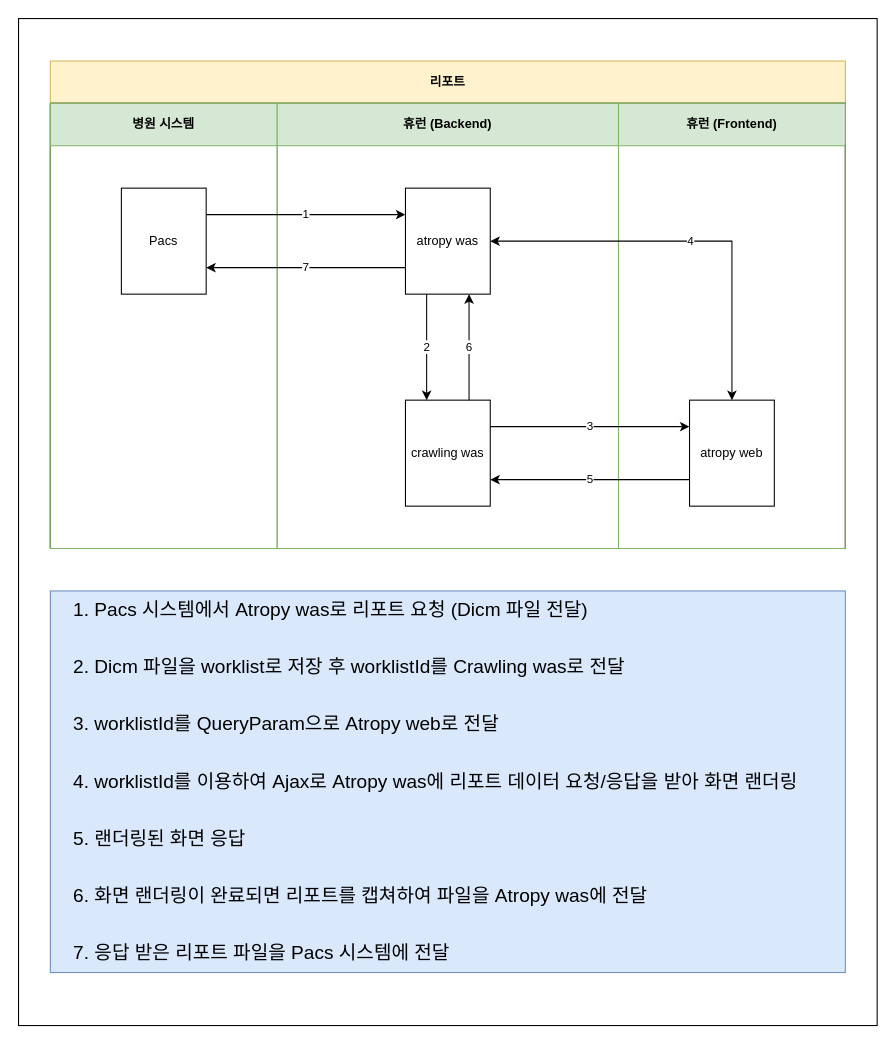
Earlier version of the draw.io diagram Untitled Diagram.drawio (junho-nam/drawio). Source tidied: cells renumbered, new cells numbered last; positions are measured from the earlier drawing's top-left corner, leaving out a move shared by most shapes. Both pictures are drawn from the tidied source at 106%, with x=0, y=0 at pixel (18, 18).
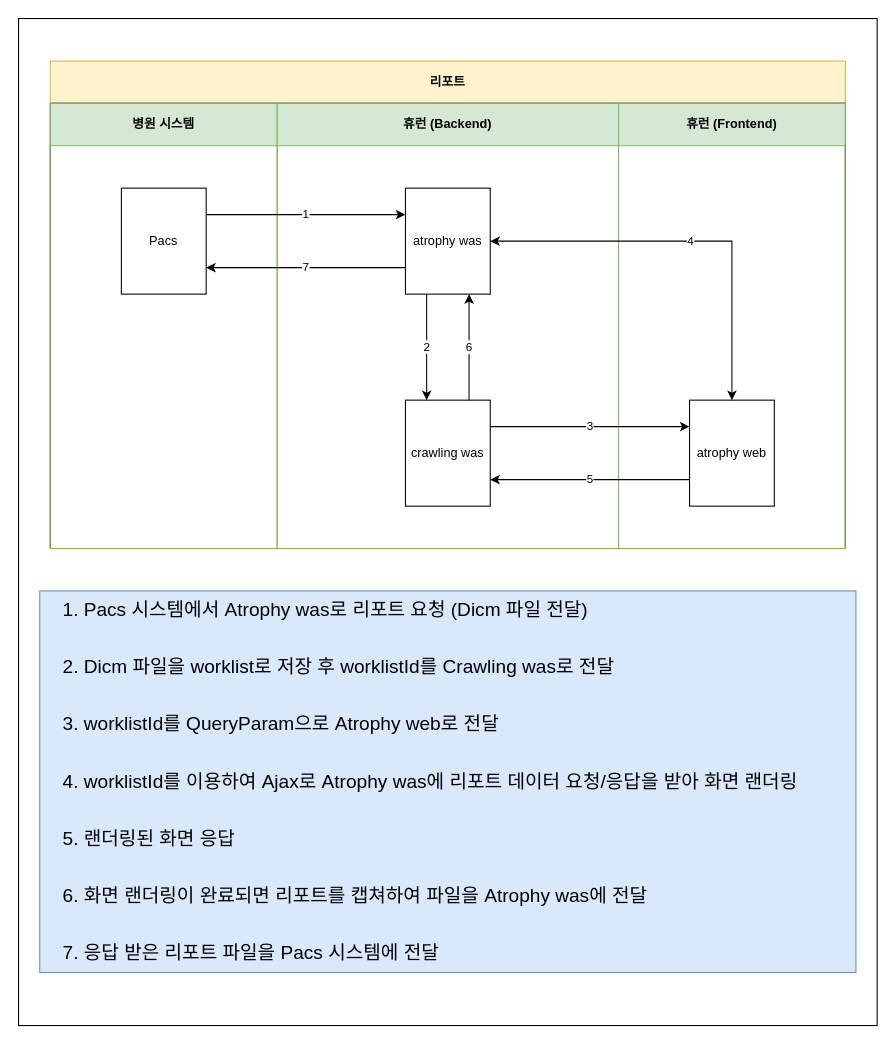
Above is the later version.

Diff of the diagram source:
```diff
@@
 <mxGraphModel>
   <root>
     <mxCell id="0" />
     <mxCell id="1" parent="0" />
     <mxCell id="2" style="rounded=0;whiteSpace=wrap;html=1;" parent="1" vertex="1">
       <mxGeometry width="810" height="950" as="geometry" />
     </mxCell>
     <mxCell id="3" value="리포트" style="shape=table;childLayout=tableLayout;rowLines=0;columnLines=0;startSize=40;html=1;whiteSpace=wrap;fontStyle=1;fillColor=#fff2cc;strokeColor=#d6b656;" parent="1" vertex="1">
       <mxGeometry x="30" y="40" width="750" height="460" as="geometry" />
     </mxCell>
     <mxCell id="4" style="swimlane;horizontal=0;startSize=0;html=1;whiteSpace=wrap;" parent="3" vertex="1">
       <mxGeometry y="40" width="750" height="420" as="geometry" />
     </mxCell>
     <mxCell id="5" value="병원 시스템" style="swimlane;startSize=40;html=1;whiteSpace=wrap;fillColor=#d5e8d4;strokeColor=#82b366;" parent="4" vertex="1">
       <mxGeometry width="214" height="420" as="geometry" />
     </mxCell>
     <mxCell id="6" value="Pacs" style="rounded=0;whiteSpace=wrap;html=1;" parent="5" vertex="1">
       <mxGeometry x="67" y="80" width="80" height="100" as="geometry" />
     </mxCell>
     <mxCell id="7" value="휴런 (Backend)" style="swimlane;startSize=40;html=1;whiteSpace=wrap;fillColor=#d5e8d4;strokeColor=#82b366;" parent="4" vertex="1">
       <mxGeometry x="214" width="322" height="420" as="geometry" />
     </mxCell>
-    <mxCell id="8" value="atropy was" style="rounded=0;whiteSpace=wrap;html=1;" parent="7" vertex="1">
+    <mxCell id="8" value="atrophy was" style="rounded=0;whiteSpace=wrap;html=1;" parent="7" vertex="1">
       <mxGeometry x="121" y="80" width="80" height="100" as="geometry" />
     </mxCell>
     <mxCell id="9" value="crawling was" style="rounded=0;whiteSpace=wrap;html=1;" parent="7" vertex="1">
       <mxGeometry x="121" y="280" width="80" height="100" as="geometry" />
     </mxCell>
     <mxCell id="10" value="2" style="edgeStyle=orthogonalEdgeStyle;rounded=0;jettySize=auto;html=1;exitX=0.25;exitY=1;exitDx=0;exitDy=0;entryX=0.25;entryY=0;entryDx=0;entryDy=0;" parent="7" edge="1" source="8" target="9">
       <mxGeometry relative="1" as="geometry" />
     </mxCell>
     <mxCell id="11" value="6" style="edgeStyle=orthogonalEdgeStyle;rounded=0;jettySize=auto;html=1;exitX=0.75;exitY=0;exitDx=0;exitDy=0;entryX=0.75;entryY=1;entryDx=0;entryDy=0;" parent="7" edge="1" source="9" target="8">
       <mxGeometry relative="1" as="geometry" />
     </mxCell>
     <mxCell id="12" value="휴런 (Frontend)" style="swimlane;startSize=40;html=1;whiteSpace=wrap;fillColor=#d5e8d4;strokeColor=#82b366;" parent="4" vertex="1">
       <mxGeometry x="536" width="214" height="420" as="geometry" />
     </mxCell>
-    <mxCell id="13" value="atropy web" style="rounded=0;whiteSpace=wrap;html=1;" parent="12" vertex="1">
+    <mxCell id="13" value="atrophy&amp;nbsp;web" style="rounded=0;whiteSpace=wrap;html=1;" parent="12" vertex="1">
       <mxGeometry x="67" y="280" width="80" height="100" as="geometry" />
     </mxCell>
     <mxCell id="14" value="1" style="edgeStyle=orthogonalEdgeStyle;rounded=0;jettySize=auto;html=1;exitX=1;exitY=0.25;exitDx=0;exitDy=0;entryX=0;entryY=0.25;entryDx=0;entryDy=0;" parent="4" edge="1" source="6" target="8">
       <mxGeometry relative="1" as="geometry" />
     </mxCell>
     <mxCell id="15" value="3" style="edgeStyle=orthogonalEdgeStyle;rounded=0;jettySize=auto;html=1;entryX=0;entryY=0.25;entryDx=0;entryDy=0;exitX=1;exitY=0.25;exitDx=0;exitDy=0;" parent="4" edge="1" source="9" target="13">
       <mxGeometry relative="1" as="geometry" />
     </mxCell>
     <mxCell id="16" value="4" style="edgeStyle=orthogonalEdgeStyle;rounded=0;jettySize=auto;html=1;entryX=1;entryY=0.5;entryDx=0;entryDy=0;exitX=0.5;exitY=0;exitDx=0;exitDy=0;startArrow=classic;startFill=1;" parent="4" edge="1" source="13" target="8">
       <mxGeometry relative="1" as="geometry" />
     </mxCell>
     <mxCell id="17" value="5" style="edgeStyle=orthogonalEdgeStyle;rounded=0;jettySize=auto;html=1;entryX=1;entryY=0.75;entryDx=0;entryDy=0;exitX=0;exitY=0.75;exitDx=0;exitDy=0;" parent="4" edge="1" source="13" target="9">
       <mxGeometry relative="1" as="geometry" />
     </mxCell>
     <mxCell id="18" value="7" style="edgeStyle=orthogonalEdgeStyle;rounded=0;jettySize=auto;html=1;exitX=0;exitY=0.75;exitDx=0;exitDy=0;entryX=1;entryY=0.75;entryDx=0;entryDy=0;" parent="4" edge="1" source="8" target="6">
       <mxGeometry relative="1" as="geometry" />
     </mxCell>
-    <mxCell id="19" value="&lt;ol style=&quot;font-size: 18px ; line-height: 150%&quot;&gt;&lt;li&gt;&lt;font style=&quot;font-size: 18px&quot;&gt;Pacs 시스템에서 Atropy was로 &lt;/font&gt;&lt;span&gt;리포트 요청 (Dicm 파일 전달)&lt;br&gt;&lt;br&gt;&lt;/span&gt;&lt;/li&gt;&lt;li&gt;Dicm 파일을 worklist로 저장 후 worklistId를 Crawling was로 전달&lt;br&gt;&lt;br&gt;&lt;/li&gt;&lt;li&gt;worklistId를 QueryParam으로 Atropy web로 전달&lt;br&gt;&lt;br&gt;&lt;/li&gt;&lt;li&gt;worklistId를 이용하여 Ajax로 Atropy was에&amp;nbsp;리포트 데이터 요청/응답을 받아 화면 랜더링&lt;br&gt;&lt;br&gt;&lt;/li&gt;&lt;li&gt;랜더링된 화면 응답&lt;br&gt;&lt;br&gt;&lt;/li&gt;&lt;li&gt;화면 랜더링이 완료되면 리포트를 캡쳐하여 파일을 Atropy was에 전달&lt;br&gt;&lt;br&gt;&lt;/li&gt;&lt;li&gt;응답 받은 리포트 파일을 Pacs 시스템에 전달&lt;/li&gt;&lt;/ol&gt;" style="text;html=1;strokeColor=#6c8ebf;fillColor=#dae8fc;align=left;verticalAlign=middle;whiteSpace=wrap;rounded=0;" parent="1" vertex="1">
-      <mxGeometry x="30" y="540" width="750" height="360" as="geometry" />
+    <mxCell id="19" value="&lt;ol style=&quot;font-size: 18px ; line-height: 150%&quot;&gt;&lt;li&gt;&lt;font style=&quot;font-size: 18px&quot;&gt;Pacs 시스템에서 Atrophy was로 &lt;/font&gt;&lt;span&gt;리포트 요청 (Dicm 파일 전달)&lt;br&gt;&lt;br&gt;&lt;/span&gt;&lt;/li&gt;&lt;li&gt;Dicm 파일을 worklist로 저장 후 worklistId를 Crawling was로 전달&lt;br&gt;&lt;br&gt;&lt;/li&gt;&lt;li&gt;worklistId를 QueryParam으로 Atrophy&amp;nbsp;web로 전달&lt;br&gt;&lt;br&gt;&lt;/li&gt;&lt;li&gt;worklistId를 이용하여 Ajax로 Atrophy&amp;nbsp;was에&amp;nbsp;리포트 데이터 요청/응답을 받아 화면 랜더링&lt;br&gt;&lt;br&gt;&lt;/li&gt;&lt;li&gt;랜더링된 화면 응답&lt;br&gt;&lt;br&gt;&lt;/li&gt;&lt;li&gt;화면 랜더링이 완료되면 리포트를 캡쳐하여 파일을 Atrophy was에 전달&lt;br&gt;&lt;br&gt;&lt;/li&gt;&lt;li&gt;응답 받은 리포트 파일을 Pacs 시스템에 전달&lt;/li&gt;&lt;/ol&gt;" style="text;html=1;strokeColor=#6c8ebf;fillColor=#dae8fc;align=left;verticalAlign=middle;whiteSpace=wrap;rounded=0;" parent="1" vertex="1">
+      <mxGeometry x="20" y="540" width="770" height="360" as="geometry" />
     </mxCell>
   </root>
 </mxGraphModel>
```
